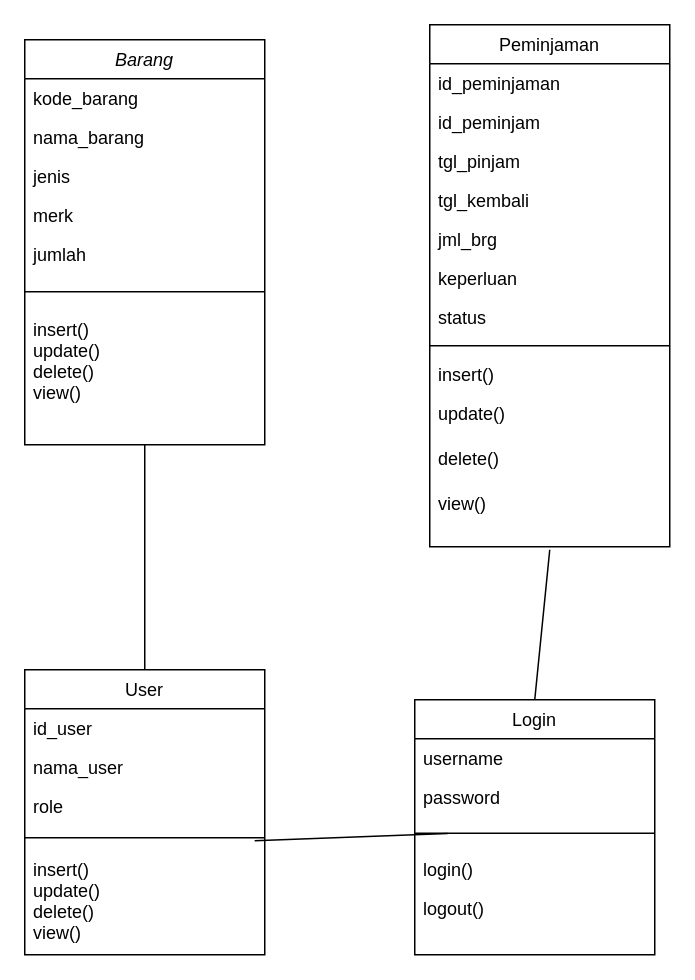
AlliefJundan/aaaaa keeps this draw.io diagram as classDiagram.drawio. Above is the earlier version. Source tidied: cells renumbered, new cells numbered last; positions are measured from the earlier drawing's top-left corner, leaving out a move shared by most shapes. Both pictures are drawn from the tidied source at 150%, with x=0, y=0 at pixel (24, 24).
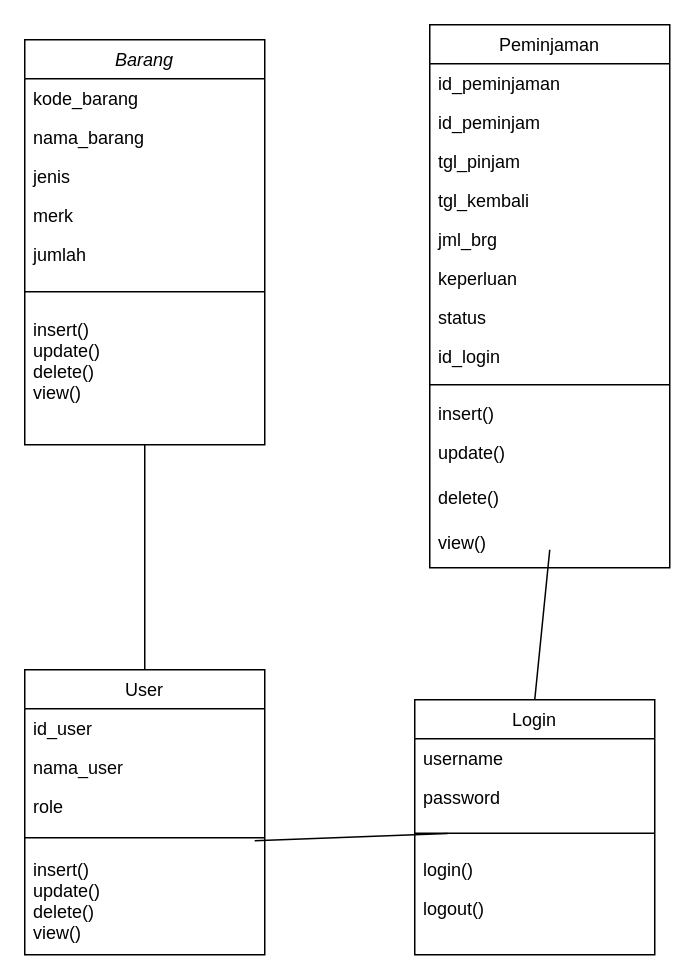
Above is the later version.

The edit, as a diff of the source:
```diff
@@
     <mxCell id="22" value="Peminjaman" style="swimlane;fontStyle=0;align=center;verticalAlign=top;horizontal=1;startSize=26;rounded=0;shadow=0;strokeWidth=1;" parent="1" vertex="1">
-      <mxGeometry x="270" width="160" height="348" as="geometry" />
+      <mxGeometry x="270" width="160" height="362" as="geometry" />
     </mxCell>
@@
+    <mxCell id="38" value="id_login" style="text;align=left;verticalAlign=top;spacingLeft=4;spacingRight=4;overflow=hidden;rounded=0;shadow=0;html=0;" parent="22" vertex="1">
+      <mxGeometry y="208" width="160" height="26" as="geometry" />
+    </mxCell>
     <mxCell id="30" style="line;html=1;strokeWidth=1;align=left;verticalAlign=middle;spacingTop=-1;spacingLeft=3;spacingRight=3;labelPosition=right;" parent="22" vertex="1">
-      <mxGeometry y="208" width="160" height="12" as="geometry" />
+      <mxGeometry y="234" width="160" height="12" as="geometry" />
     </mxCell>
     <mxCell id="31" value="insert()" style="text;align=left;verticalAlign=top;spacingLeft=4;spacingRight=4;overflow=hidden;" parent="22" vertex="1">
-      <mxGeometry y="220" width="160" height="26" as="geometry" />
+      <mxGeometry y="246" width="160" height="26" as="geometry" />
     </mxCell>
     <mxCell id="32" value="update()" style="text;align=left;verticalAlign=top;spacingLeft=4;spacingRight=4;overflow=hidden;" parent="22" vertex="1">
-      <mxGeometry y="246" width="160" height="30" as="geometry" />
+      <mxGeometry y="272" width="160" height="30" as="geometry" />
     </mxCell>
     <mxCell id="33" value="delete()" style="text;align=left;verticalAlign=top;spacingLeft=4;spacingRight=4;overflow=hidden;" parent="22" vertex="1">
-      <mxGeometry y="276" width="160" height="30" as="geometry" />
+      <mxGeometry y="302" width="160" height="30" as="geometry" />
     </mxCell>
     <mxCell id="34" value="view()" style="text;align=left;verticalAlign=top;spacingLeft=4;spacingRight=4;overflow=hidden;" parent="22" vertex="1">
-      <mxGeometry y="306" width="160" height="30" as="geometry" />
+      <mxGeometry y="332" width="160" height="30" as="geometry" />
     </mxCell>
```
